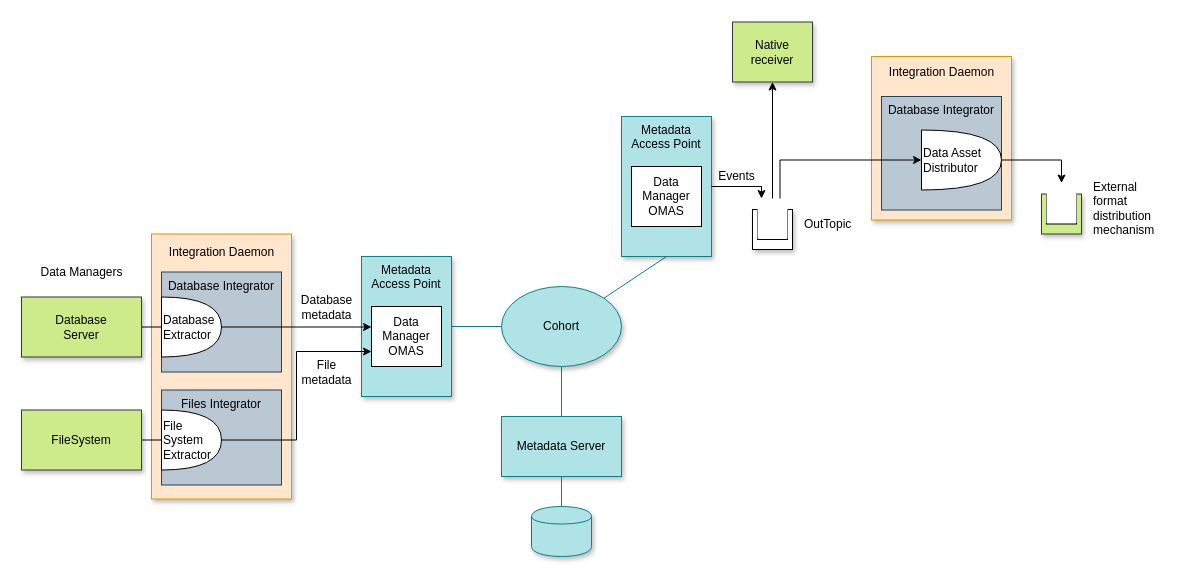
Before: page "metadata-distribution" (2 of 3) of site/docs/scenarios/data-manager-integration/data-manager-integration.drawio in odpi/egeria-docs, a draw.io diagram. Source tidied: cells renumbered, new cells numbered last; positions are measured from the earlier drawing's top-left corner, leaving out a move shared by most shapes. Both pictures are drawn from the tidied source at 100%, with x=0, y=0 at pixel (21, 22).
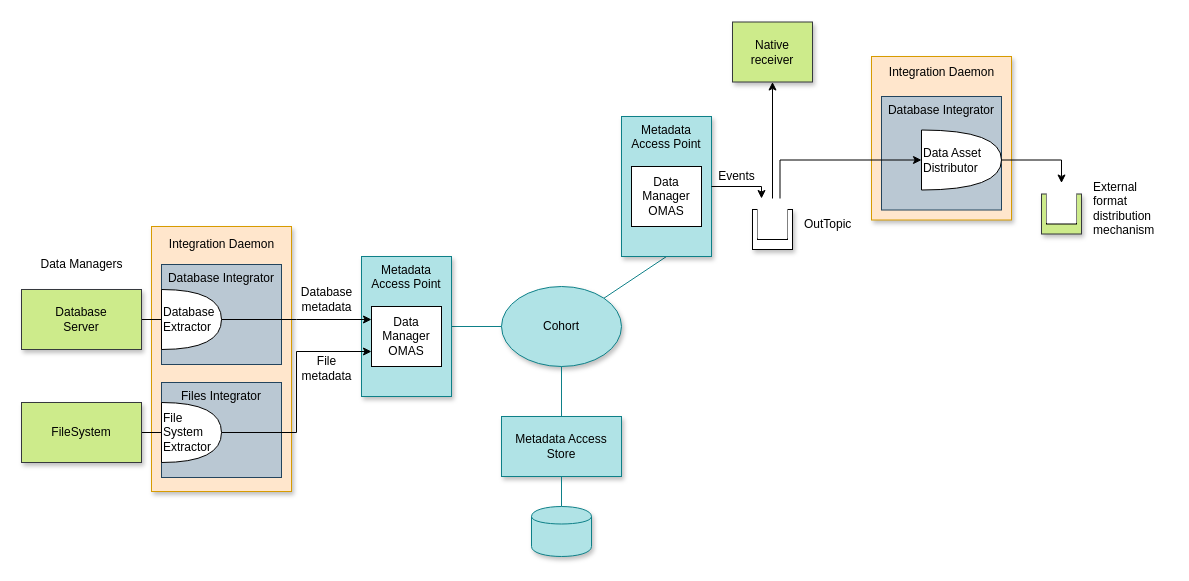
After the change.

Unchanged cells that the change refers to:
```xml
<mxCell id="4" value="Cohort" style="ellipse;whiteSpace=wrap;html=1;fillColor=#b0e3e6;strokeColor=#0e8088;shadow=1;" parent="1" vertex="1">
  <mxGeometry x="480" y="264" width="120" height="80" as="geometry" />
</mxCell>
```

Change to the diagram source:
```diff
@@
-    <mxCell id="6" value="Metadata Server" style="rounded=0;whiteSpace=wrap;html=1;fillColor=#b0e3e6;strokeColor=#0e8088;shadow=1;" parent="1" vertex="1">
+    <mxCell id="6" value="Metadata Access Store" style="rounded=0;whiteSpace=wrap;html=1;fillColor=#b0e3e6;strokeColor=#0e8088;shadow=1;" parent="1" vertex="1">
       <mxGeometry x="480" y="394" width="120" height="60" as="geometry" />
     </mxCell>
@@
-    <mxCell id="9" style="edgeStyle=none;rounded=0;jettySize=auto;html=1;exitX=1;exitY=0.5;exitDx=0;exitDy=0;entryX=0;entryY=0.5;entryDx=0;entryDy=0;endArrow=none;endFill=0;fillColor=#b0e3e6;strokeColor=#0e8088;" parent="1" edge="1" source="10" target="4">
-      <mxGeometry relative="1" as="geometry" />
+    <mxCell id="9" style="edgeStyle=none;rounded=0;jettySize=auto;html=1;exitX=1;exitY=0.5;exitDx=0;exitDy=0;entryX=0;entryY=0.5;entryDx=0;entryDy=0;endArrow=none;endFill=0;fillColor=#b0e3e6;strokeColor=#0e8088;" parent="1" edge="1" target="4">
+      <mxGeometry relative="1" as="geometry">
+        <mxPoint x="430" y="304" as="sourcePoint" />
+      </mxGeometry>
     </mxCell>
-    <mxCell id="10" value="Metadata Access Point" style="rounded=0;whiteSpace=wrap;html=1;verticalAlign=top;fillColor=#b0e3e6;strokeColor=#0e8088;shadow=1;" parent="1" vertex="1">
-      <mxGeometry x="340" y="234" width="90" height="140" as="geometry" />
-    </mxCell>
-    <mxCell id="11" value="Data&lt;br&gt;Manager&lt;br&gt;OMAS" style="rounded=0;whiteSpace=wrap;html=1;" parent="1" vertex="1">
-      <mxGeometry x="350" y="284" width="70" height="60" as="geometry" />
-    </mxCell>
@@
-    <mxCell id="37" style="rounded=0;whiteSpace=wrap;html=1;fillColor=#ffe6cc;strokeColor=#d79b00;shadow=1;" parent="1" vertex="1">
-      <mxGeometry x="130" y="211.5" width="140" height="265" as="geometry" />
-    </mxCell>
+    <mxCell id="10" value="Metadata Access Point" style="rounded=0;whiteSpace=wrap;html=1;verticalAlign=top;fillColor=#b0e3e6;strokeColor=#0e8088;shadow=1;" parent="1" vertex="1">
+      <mxGeometry x="340" y="234" width="90" height="140" as="geometry" />
+    </mxCell>
+    <mxCell id="11" value="Data&lt;br&gt;Manager&lt;br&gt;OMAS" style="rounded=0;whiteSpace=wrap;html=1;" parent="1" vertex="1">
+      <mxGeometry x="350" y="284" width="70" height="60" as="geometry" />
+    </mxCell>
+    <mxCell id="52" style="rounded=0;whiteSpace=wrap;html=1;fillColor=#ffe6cc;strokeColor=#d79b00;shadow=1;" parent="1" vertex="1">
+      <mxGeometry x="130" y="204" width="140" height="265" as="geometry" />
+    </mxCell>
@@
     <mxCell id="39" value="Database&lt;br&gt;Server" style="rounded=0;whiteSpace=wrap;html=1;fillColor=#cdeb8b;strokeColor=#36393d;shadow=1;" parent="1" vertex="1">
-      <mxGeometry y="274.5" width="120" height="60" as="geometry" />
+      <mxGeometry y="267" width="120" height="60" as="geometry" />
     </mxCell>
     <mxCell id="40" value="Database Integrator" style="rounded=0;whiteSpace=wrap;html=1;verticalAlign=top;fillColor=#bac8d3;strokeColor=#23445d;" parent="1" vertex="1">
-      <mxGeometry x="140" y="249.5" width="120" height="100" as="geometry" />
+      <mxGeometry x="140" y="242" width="120" height="100" as="geometry" />
     </mxCell>
-    <mxCell id="41" style="edgeStyle=orthogonalEdgeStyle;rounded=0;jettySize=auto;html=1;exitX=1;exitY=0.5;exitDx=0;exitDy=0;exitPerimeter=0;entryX=0;entryY=0.25;entryDx=0;entryDy=0;endArrow=classic;endFill=1;" parent="1" edge="1" source="42">
-      <mxGeometry relative="1" as="geometry">
-        <mxPoint x="350" y="304.5" as="targetPoint" />
-      </mxGeometry>
-    </mxCell>
+    <mxCell id="53" style="edgeStyle=orthogonalEdgeStyle;rounded=0;jettySize=auto;html=1;exitX=1;exitY=0.5;exitDx=0;exitDy=0;exitPerimeter=0;entryX=0;entryY=0.25;entryDx=0;entryDy=0;endArrow=classic;endFill=1;" parent="1" edge="1" source="42">
+      <mxGeometry relative="1" as="geometry">
+        <mxPoint x="350" y="297" as="targetPoint" />
+      </mxGeometry>
+    </mxCell>
     <mxCell id="42" value="Database&lt;br&gt;Extractor" style="shape=or;whiteSpace=wrap;html=1;align=left;" parent="1" vertex="1">
-      <mxGeometry x="140" y="274.5" width="60" height="60" as="geometry" />
+      <mxGeometry x="140" y="267" width="60" height="60" as="geometry" />
     </mxCell>
     <mxCell id="43" value="Database&lt;br&gt;metadata" style="text;html=1;align=center;verticalAlign=middle;" parent="1" vertex="1">
-      <mxGeometry x="270" y="269.5" width="70" height="30" as="geometry" />
+      <mxGeometry x="270" y="262" width="70" height="30" as="geometry" />
     </mxCell>
     <mxCell id="44" value="File&lt;br&gt;metadata" style="text;html=1;align=center;verticalAlign=middle;" parent="1" vertex="1">
-      <mxGeometry x="270" y="334.5" width="70" height="30" as="geometry" />
+      <mxGeometry x="270" y="331" width="70" height="30" as="geometry" />
     </mxCell>
     <mxCell id="45" value="Integration Daemon" style="text;html=1;align=center;verticalAlign=middle;" parent="1" vertex="1">
-      <mxGeometry x="140" y="219.5" width="120" height="20" as="geometry" />
+      <mxGeometry x="140" y="212" width="120" height="20" as="geometry" />
     </mxCell>
     <mxCell id="46" value="Data Managers" style="text;html=1;align=center;verticalAlign=middle;" parent="1" vertex="1">
-      <mxGeometry x="10" y="239.5" width="100" height="20" as="geometry" />
+      <mxGeometry x="10" y="232" width="100" height="20" as="geometry" />
     </mxCell>
     <mxCell id="47" value="Files Integrator" style="rounded=0;whiteSpace=wrap;html=1;verticalAlign=top;fillColor=#bac8d3;strokeColor=#23445d;" parent="1" vertex="1">
-      <mxGeometry x="140" y="367.5" width="120" height="95" as="geometry" />
+      <mxGeometry x="140" y="360" width="120" height="95" as="geometry" />
     </mxCell>
@@
     <mxCell id="49" value="FileSystem" style="rounded=0;whiteSpace=wrap;html=1;fillColor=#cdeb8b;strokeColor=#36393d;shadow=1;" parent="1" vertex="1">
-      <mxGeometry y="387.5" width="120" height="60" as="geometry" />
+      <mxGeometry y="380" width="120" height="60" as="geometry" />
     </mxCell>
-    <mxCell id="50" style="edgeStyle=orthogonalEdgeStyle;rounded=0;jettySize=auto;html=1;entryX=0;entryY=0.75;entryDx=0;entryDy=0;endArrow=classic;endFill=1;" parent="1" edge="1" source="51" target="11">
+    <mxCell id="50" style="edgeStyle=orthogonalEdgeStyle;rounded=0;jettySize=auto;html=1;endArrow=classic;endFill=1;entryX=0;entryY=0.75;entryDx=0;entryDy=0;" parent="1" edge="1" source="51" target="11">
       <mxGeometry relative="1" as="geometry" />
     </mxCell>
     <mxCell id="51" value="File&lt;br&gt;System&lt;br&gt;Extractor" style="shape=or;whiteSpace=wrap;html=1;align=left;" parent="1" vertex="1">
-      <mxGeometry x="140" y="387.5" width="60" height="60" as="geometry" />
+      <mxGeometry x="140" y="380" width="60" height="60" as="geometry" />
     </mxCell>
```
